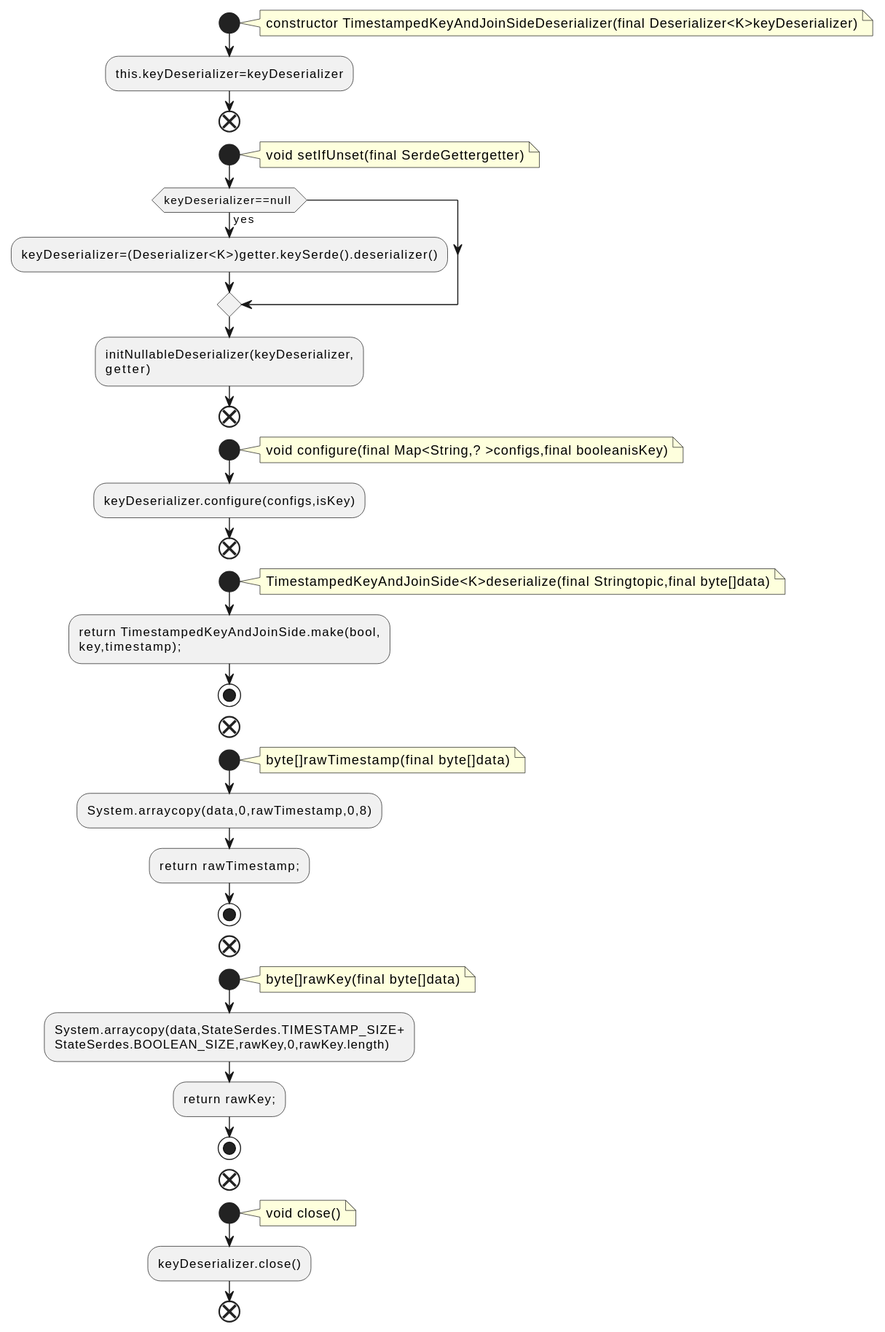
qualitesys/kafka keeps this PlantUML diagram as docs/qc/streams/src/main/java/org/apache/kafka/streams/state/internals/TimestampedKeyAndJoinSideDeserializer.java.fct.svg. Above is the earlier version.
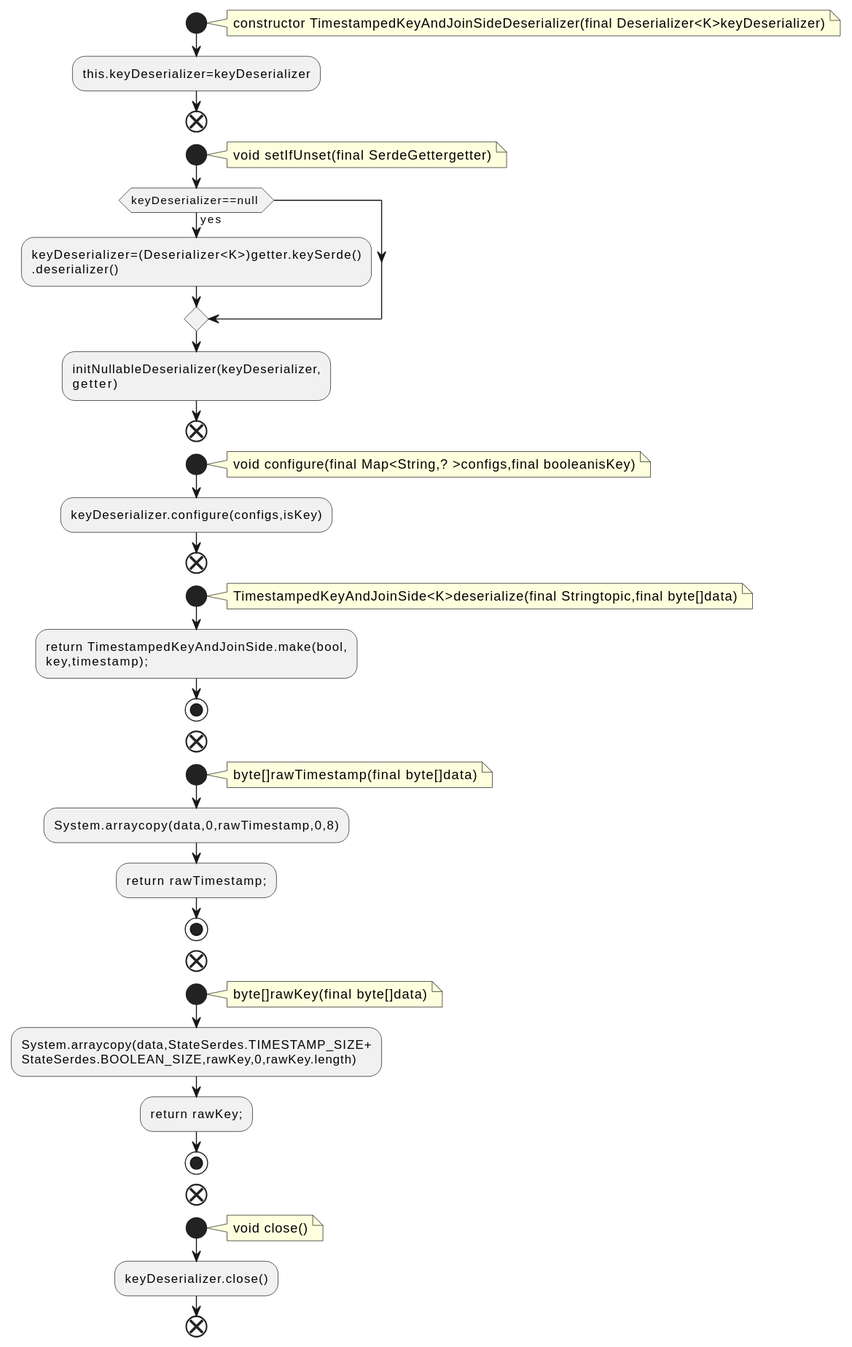
After the change.

The edit, as a diff of the source:
```diff
@@ -11,7 +11,8 @@
 void setIfUnset(final SerdeGettergetter)
 end note
 if (keyDeserializer==null ) then (yes)
-:keyDeserializer=(Deserializer<K>)getter.keySerde().deserializer();
+:keyDeserializer=(Deserializer<K>)getter.keySerde()
+.deserializer();
 endif
 :initNullableDeserializer(keyDeserializer,
 getter);
```
